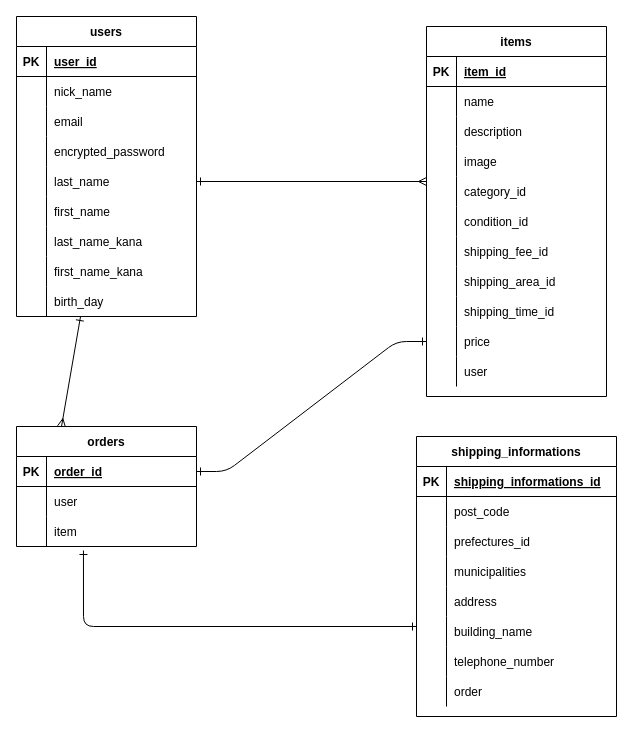
The draw.io diagram test.dio in barisutagensen/furima-37150, before the edit. Source tidied: cells renumbered, new cells numbered last; positions are measured from the earlier drawing's top-left corner, leaving out a move shared by most shapes. Both pictures are drawn from the tidied source at 100%, with x=0, y=0 at pixel (16, 16).
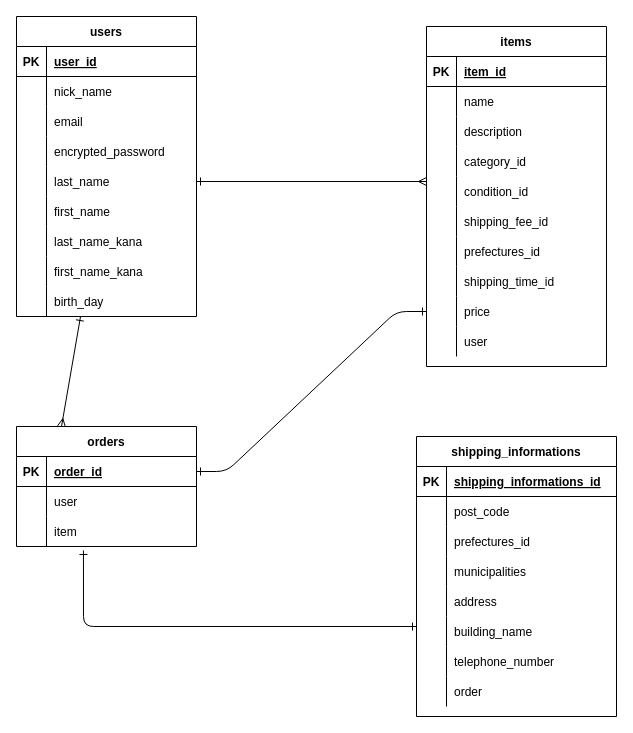
After the change.

Commit message (it also covers changes not shown here):
README・ER図の修正３回目

What changed in the source:
```diff
@@
     <mxCell id="32" value="items" style="shape=table;startSize=30;childLayout=tableLayout;rowLines=0;fontStyle=1;align=center;" parent="1" vertex="1">
-      <mxGeometry x="410" y="10" width="180" height="370" as="geometry" />
+      <mxGeometry x="410" y="10" width="180" height="340" as="geometry" />
     </mxCell>
@@
-    <mxCell id="42" style="shape=partialRectangle;fillColor=none;top=0;left=0;bottom=0;right=0;" parent="32" vertex="1">
-      <mxGeometry y="120" width="180" height="30" as="geometry" />
-    </mxCell>
-    <mxCell id="43" style="shape=partialRectangle;fillColor=none;top=0;left=0;bottom=0;right=0;overflow=hidden;" parent="42" vertex="1">
-      <mxGeometry width="30" height="30" as="geometry" />
-    </mxCell>
-    <mxCell id="44" value="image" style="shape=partialRectangle;fillColor=none;top=0;left=0;bottom=0;right=0;align=left;spacingLeft=6;overflow=hidden;" parent="42" vertex="1">
-      <mxGeometry x="30" width="150" height="30" as="geometry" />
-    </mxCell>
     <mxCell id="45" style="shape=partialRectangle;fillColor=none;top=0;left=0;bottom=0;right=0;" parent="32" vertex="1">
-      <mxGeometry y="150" width="180" height="30" as="geometry" />
+      <mxGeometry y="120" width="180" height="30" as="geometry" />
     </mxCell>
@@
     <mxCell id="48" style="shape=partialRectangle;fillColor=none;top=0;left=0;bottom=0;right=0;" parent="32" vertex="1">
-      <mxGeometry y="180" width="180" height="30" as="geometry" />
+      <mxGeometry y="150" width="180" height="30" as="geometry" />
     </mxCell>
@@
     <mxCell id="51" style="shape=partialRectangle;fillColor=none;top=0;left=0;bottom=0;right=0;" parent="32" vertex="1">
-      <mxGeometry y="210" width="180" height="30" as="geometry" />
+      <mxGeometry y="180" width="180" height="30" as="geometry" />
     </mxCell>
@@
     <mxCell id="54" style="shape=partialRectangle;fillColor=none;top=0;left=0;bottom=0;right=0;" parent="32" vertex="1">
-      <mxGeometry y="240" width="180" height="30" as="geometry" />
+      <mxGeometry y="210" width="180" height="30" as="geometry" />
     </mxCell>
@@
-    <mxCell id="56" value="shipping_area_id" style="shape=partialRectangle;fillColor=none;top=0;left=0;bottom=0;right=0;align=left;spacingLeft=6;overflow=hidden;" parent="54" vertex="1">
+    <mxCell id="56" value="prefectures_id" style="shape=partialRectangle;fillColor=none;top=0;left=0;bottom=0;right=0;align=left;spacingLeft=6;overflow=hidden;" parent="54" vertex="1">
       <mxGeometry x="30" width="150" height="30" as="geometry" />
     </mxCell>
     <mxCell id="57" style="shape=partialRectangle;fillColor=none;top=0;left=0;bottom=0;right=0;" parent="32" vertex="1">
-      <mxGeometry y="270" width="180" height="30" as="geometry" />
+      <mxGeometry y="240" width="180" height="30" as="geometry" />
     </mxCell>
@@
     <mxCell id="60" style="shape=partialRectangle;fillColor=none;top=0;left=0;bottom=0;right=0;points=[[0,0.5],[1,0.5]];portConstraint=eastwest;" parent="32" vertex="1">
-      <mxGeometry y="300" width="180" height="30" as="geometry" />
+      <mxGeometry y="270" width="180" height="30" as="geometry" />
     </mxCell>
@@
     <mxCell id="63" style="shape=partialRectangle;fillColor=none;top=0;left=0;bottom=0;right=0;" parent="32" vertex="1">
-      <mxGeometry y="330" width="180" height="30" as="geometry" />
+      <mxGeometry y="300" width="180" height="30" as="geometry" />
     </mxCell>
```
